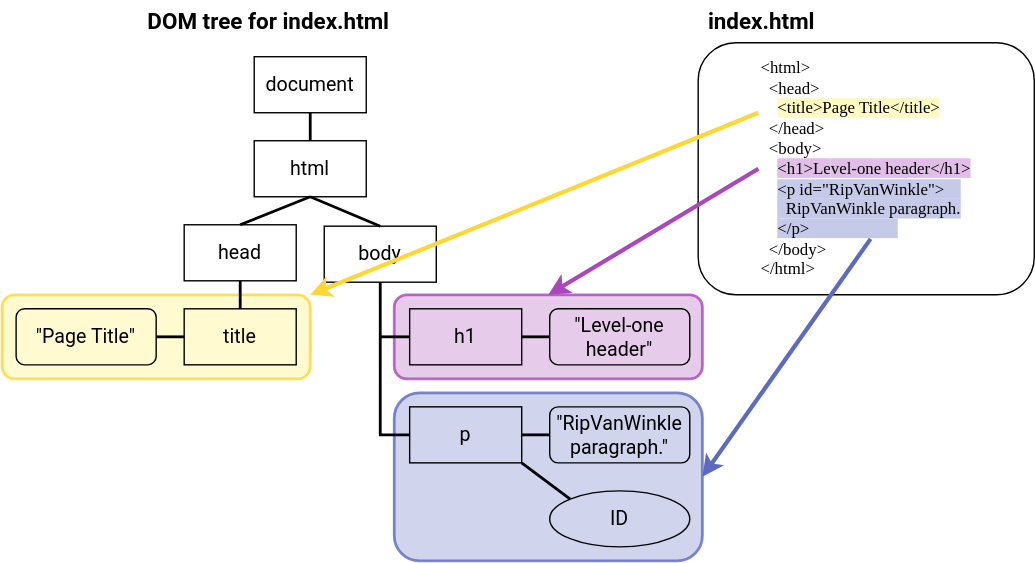
dart-lang/site-www keeps this draw.io diagram as diagrams/tutorials/web/simple-dom-tree.drawio.svg. Above is the earlier version. Source tidied: cells renumbered, new cells last; positions are measured from the earlier drawing's top-left corner, leaving out a move shared by most shapes. Source of this version:
```xml
<mxGraphModel>
  <root>
    <mxCell id="0" />
    <mxCell id="1" parent="0" />
    <mxCell id="2" style="rounded=1;whiteSpace=wrap;html=1;shadow=0;labelBackgroundColor=#E1BEE7;fontFamily=Roboto;fontSource=https%3A%2F%2Ffonts.googleapis.com%2Fcss%3Ffamily%3DRoboto;fontSize=14;strokeColor=#FDD835;strokeWidth=2;fillColor=#FFF9C4;opacity=80;" parent="1" vertex="1">
      <mxGeometry y="210" width="220" height="60" as="geometry" />
    </mxCell>
    <mxCell id="3" style="rounded=1;whiteSpace=wrap;html=1;shadow=0;labelBackgroundColor=#E1BEE7;fontFamily=Roboto;fontSource=https%3A%2F%2Ffonts.googleapis.com%2Fcss%3Ffamily%3DRoboto;fontSize=14;strokeColor=#AB47BC;strokeWidth=2;fillColor=#E1BEE7;opacity=80;" parent="1" vertex="1">
      <mxGeometry x="280" y="210" width="220" height="60" as="geometry" />
    </mxCell>
    <mxCell id="4" style="rounded=1;whiteSpace=wrap;html=1;shadow=0;labelBackgroundColor=#E1BEE7;fontFamily=Roboto;fontSource=https%3A%2F%2Ffonts.googleapis.com%2Fcss%3Ffamily%3DRoboto;fontSize=14;strokeColor=#5C6BC0;strokeWidth=2;fillColor=#C5CAE9;opacity=80;" parent="1" vertex="1">
      <mxGeometry x="280" y="280" width="220" height="120" as="geometry" />
    </mxCell>
    <mxCell id="5" value="&lt;font face=&quot;Roboto&quot;&gt;DOM tree for index.html&lt;/font&gt;" style="text;strokeColor=none;fillColor=none;html=1;fontSize=16;fontStyle=1;verticalAlign=middle;align=center;rounded=0;labelBackgroundColor=none;fontFamily=Roboto Mono;fontSource=https://fonts.googleapis.com/css?family=Roboto+Mono;fontColor=#000000;" parent="1" vertex="1">
      <mxGeometry x="100" width="180" height="30" as="geometry" />
    </mxCell>
    <mxCell id="6" style="edgeStyle=none;rounded=0;jumpSize=6;jettySize=auto;html=1;exitX=0.5;exitY=1;exitDx=0;exitDy=0;entryX=0.5;entryY=0;entryDx=0;entryDy=0;fontFamily=Roboto;fontSource=https%3A%2F%2Ffonts.googleapis.com%2Fcss%3Ffamily%3DRoboto;fontSize=14;endArrow=none;endFill=0;strokeWidth=2;" parent="1" edge="1" source="7" target="10">
      <mxGeometry relative="1" as="geometry" />
    </mxCell>
    <mxCell id="7" value="&lt;font face=&quot;Roboto&quot; style=&quot;font-size: 14px&quot;&gt;document&lt;/font&gt;" style="rounded=0;whiteSpace=wrap;html=1;fillColor=none;" parent="1" vertex="1">
      <mxGeometry x="180" y="40" width="80" height="40" as="geometry" />
    </mxCell>
    <mxCell id="8" style="rounded=0;jumpSize=6;jettySize=auto;html=1;exitX=0.5;exitY=1;exitDx=0;exitDy=0;entryX=0.5;entryY=0;entryDx=0;entryDy=0;fontFamily=Roboto;fontSource=https%3A%2F%2Ffonts.googleapis.com%2Fcss%3Ffamily%3DRoboto;fontSize=14;endArrow=none;endFill=0;strokeWidth=2;" parent="1" edge="1" source="10" target="12">
      <mxGeometry relative="1" as="geometry" />
    </mxCell>
    <mxCell id="9" style="edgeStyle=none;rounded=0;jumpSize=6;jettySize=auto;html=1;exitX=0.5;exitY=1;exitDx=0;exitDy=0;entryX=0.5;entryY=0;entryDx=0;entryDy=0;fontFamily=Roboto;fontSource=https%3A%2F%2Ffonts.googleapis.com%2Fcss%3Ffamily%3DRoboto;fontSize=14;endArrow=none;endFill=0;strokeWidth=2;" parent="1" edge="1" source="10" target="14">
      <mxGeometry relative="1" as="geometry" />
    </mxCell>
    <mxCell id="10" value="&lt;font face=&quot;Roboto&quot; style=&quot;font-size: 14px&quot;&gt;html&lt;/font&gt;" style="rounded=0;whiteSpace=wrap;html=1;fillColor=none;" parent="1" vertex="1">
      <mxGeometry x="180" y="100" width="80" height="40" as="geometry" />
    </mxCell>
    <mxCell id="11" style="edgeStyle=orthogonalEdgeStyle;rounded=0;jumpSize=6;jettySize=auto;html=1;exitX=0.5;exitY=1;exitDx=0;exitDy=0;entryX=0.5;entryY=0;entryDx=0;entryDy=0;fontFamily=Roboto;fontSource=https%3A%2F%2Ffonts.googleapis.com%2Fcss%3Ffamily%3DRoboto;fontSize=14;endArrow=none;endFill=0;strokeWidth=2;" parent="1" edge="1" source="12" target="16">
      <mxGeometry relative="1" as="geometry" />
    </mxCell>
    <mxCell id="12" value="&lt;font face=&quot;Roboto&quot; style=&quot;font-size: 14px&quot;&gt;head&lt;/font&gt;" style="rounded=0;whiteSpace=wrap;html=1;fillColor=none;" parent="1" vertex="1">
      <mxGeometry x="130" y="160" width="80" height="40" as="geometry" />
    </mxCell>
    <mxCell id="13" style="edgeStyle=orthogonalEdgeStyle;rounded=0;jumpSize=6;jettySize=auto;html=1;exitX=0.5;exitY=1;exitDx=0;exitDy=0;entryX=0;entryY=0.5;entryDx=0;entryDy=0;fontFamily=Roboto;fontSource=https%3A%2F%2Ffonts.googleapis.com%2Fcss%3Ffamily%3DRoboto;fontSize=14;endArrow=none;endFill=0;strokeWidth=2;" parent="1" edge="1" source="14" target="22">
      <mxGeometry relative="1" as="geometry" />
    </mxCell>
    <mxCell id="14" value="&lt;font face=&quot;Roboto&quot; style=&quot;font-size: 14px&quot;&gt;body&lt;/font&gt;" style="rounded=0;whiteSpace=wrap;html=1;fillColor=none;" parent="1" vertex="1">
      <mxGeometry x="230" y="161" width="80" height="40" as="geometry" />
    </mxCell>
    <mxCell id="15" style="edgeStyle=none;rounded=0;jumpSize=6;jettySize=auto;html=1;exitX=0;exitY=0.5;exitDx=0;exitDy=0;entryX=1;entryY=0.5;entryDx=0;entryDy=0;fontFamily=Roboto;fontSource=https%3A%2F%2Ffonts.googleapis.com%2Fcss%3Ffamily%3DRoboto;fontSize=14;endArrow=none;endFill=0;strokeWidth=2;" parent="1" edge="1" source="16" target="25">
      <mxGeometry relative="1" as="geometry" />
    </mxCell>
    <mxCell id="16" value="&lt;font face=&quot;Roboto&quot; style=&quot;font-size: 14px&quot;&gt;title&lt;/font&gt;" style="rounded=0;whiteSpace=wrap;html=1;fillColor=none;" parent="1" vertex="1">
      <mxGeometry x="130" y="220" width="80" height="40" as="geometry" />
    </mxCell>
    <mxCell id="17" style="edgeStyle=none;rounded=0;jumpSize=6;jettySize=auto;html=1;exitX=1;exitY=0.5;exitDx=0;exitDy=0;entryX=0;entryY=0.5;entryDx=0;entryDy=0;fontFamily=Roboto;fontSource=https%3A%2F%2Ffonts.googleapis.com%2Fcss%3Ffamily%3DRoboto;fontSize=14;endArrow=none;endFill=0;strokeWidth=2;" parent="1" edge="1" source="19" target="24">
      <mxGeometry relative="1" as="geometry" />
    </mxCell>
    <mxCell id="18" style="edgeStyle=orthogonalEdgeStyle;rounded=0;jumpSize=6;jettySize=auto;html=1;exitX=0;exitY=0.5;exitDx=0;exitDy=0;fontFamily=Roboto;fontSource=https%3A%2F%2Ffonts.googleapis.com%2Fcss%3Ffamily%3DRoboto;fontSize=14;endArrow=none;endFill=0;strokeWidth=2;" parent="1" edge="1" source="19">
      <mxGeometry relative="1" as="geometry">
        <mxPoint x="270" y="240" as="targetPoint" />
      </mxGeometry>
    </mxCell>
    <mxCell id="19" value="&lt;font face=&quot;Roboto&quot; style=&quot;font-size: 14px&quot;&gt;h1&lt;/font&gt;" style="rounded=0;whiteSpace=wrap;html=1;fillColor=none;" parent="1" vertex="1">
      <mxGeometry x="291" y="220" width="80" height="40" as="geometry" />
    </mxCell>
    <mxCell id="20" style="edgeStyle=none;rounded=0;jumpSize=6;jettySize=auto;html=1;exitX=1;exitY=0.5;exitDx=0;exitDy=0;entryX=0;entryY=0.5;entryDx=0;entryDy=0;fontFamily=Roboto;fontSource=https%3A%2F%2Ffonts.googleapis.com%2Fcss%3Ffamily%3DRoboto;fontSize=14;endArrow=none;endFill=0;strokeWidth=2;" parent="1" edge="1" source="22" target="23">
      <mxGeometry relative="1" as="geometry" />
    </mxCell>
    <mxCell id="21" style="edgeStyle=none;rounded=0;jumpSize=6;jettySize=auto;html=1;exitX=1;exitY=1;exitDx=0;exitDy=0;entryX=0;entryY=0;entryDx=0;entryDy=0;fontFamily=Roboto;fontSource=https%3A%2F%2Ffonts.googleapis.com%2Fcss%3Ffamily%3DRoboto;fontSize=14;endArrow=none;endFill=0;strokeWidth=2;" parent="1" edge="1" source="22" target="26">
      <mxGeometry relative="1" as="geometry" />
    </mxCell>
    <mxCell id="22" value="&lt;font face=&quot;Roboto&quot; style=&quot;font-size: 14px&quot;&gt;p&lt;/font&gt;" style="rounded=0;whiteSpace=wrap;html=1;fillColor=none;" parent="1" vertex="1">
      <mxGeometry x="291" y="290" width="80" height="40" as="geometry" />
    </mxCell>
    <mxCell id="23" value="&quot;RipVanWinkle&lt;br&gt;paragraph.&quot;" style="rounded=1;whiteSpace=wrap;html=1;fontFamily=Roboto;fontSource=https%3A%2F%2Ffonts.googleapis.com%2Fcss%3Ffamily%3DRoboto;fontSize=14;fillColor=none;" parent="1" vertex="1">
      <mxGeometry x="391" y="290" width="100" height="40" as="geometry" />
    </mxCell>
    <mxCell id="24" value="&quot;Level-one header&quot;" style="rounded=1;whiteSpace=wrap;html=1;fontFamily=Roboto;fontSource=https%3A%2F%2Ffonts.googleapis.com%2Fcss%3Ffamily%3DRoboto;fontSize=14;fillColor=none;" parent="1" vertex="1">
      <mxGeometry x="391" y="220" width="100" height="40" as="geometry" />
    </mxCell>
    <mxCell id="25" value="&quot;Page Title&quot;" style="rounded=1;whiteSpace=wrap;html=1;fontFamily=Roboto;fontSource=https%3A%2F%2Ffonts.googleapis.com%2Fcss%3Ffamily%3DRoboto;fontSize=14;fillColor=none;" parent="1" vertex="1">
      <mxGeometry x="10" y="220" width="100" height="40" as="geometry" />
    </mxCell>
    <mxCell id="26" value="ID" style="ellipse;whiteSpace=wrap;html=1;rounded=1;fontFamily=Roboto;fontSource=https%3A%2F%2Ffonts.googleapis.com%2Fcss%3Ffamily%3DRoboto;fontSize=14;fillColor=none;" parent="1" vertex="1">
      <mxGeometry x="391" y="350" width="100" height="40" as="geometry" />
    </mxCell>
    <mxCell id="27" value="&lt;div style=&quot;text-align: left&quot;&gt;&amp;lt;html&amp;gt;&lt;/div&gt;&lt;div style=&quot;text-align: left&quot;&gt;&amp;nbsp; &amp;lt;head&amp;gt;&lt;/div&gt;&lt;div style=&quot;text-align: left&quot;&gt;&amp;nbsp; &amp;nbsp;&amp;nbsp;&lt;span style=&quot;background-color: rgb(255 , 249 , 196)&quot;&gt;&amp;lt;title&amp;gt;Page Title&amp;lt;/title&amp;gt;&lt;/span&gt;&lt;br&gt;&lt;/div&gt;&lt;div style=&quot;text-align: left&quot;&gt;&amp;nbsp; &amp;lt;/head&amp;gt;&lt;/div&gt;&lt;div style=&quot;text-align: left&quot;&gt;&amp;nbsp; &amp;lt;body&amp;gt;&lt;/div&gt;&lt;div style=&quot;text-align: left&quot;&gt;&amp;nbsp; &amp;nbsp;&amp;nbsp;&lt;span style=&quot;background-color: rgb(225 , 190 , 231)&quot;&gt;&amp;lt;h1&amp;gt;Le&lt;/span&gt;&lt;span style=&quot;background-color: rgb(225 , 190 , 231)&quot;&gt;vel-on&lt;/span&gt;&lt;span style=&quot;background-color: rgb(225 , 190 , 231)&quot;&gt;e header&amp;lt;/h1&amp;gt;&lt;/span&gt;&lt;/div&gt;&lt;div style=&quot;text-align: left&quot;&gt;&amp;nbsp; &amp;nbsp;&amp;nbsp;&lt;span style=&quot;background-color: rgb(197 , 202 , 233)&quot;&gt;&amp;lt;p id=&quot;RipVanWinkle&quot;&amp;gt;&amp;nbsp; &amp;nbsp;&amp;nbsp;&lt;/span&gt;&lt;/div&gt;&lt;div style=&quot;text-align: left&quot;&gt;&lt;span style=&quot;background-color: rgb(255 , 255 , 255)&quot;&gt;&amp;nbsp; &amp;nbsp;&amp;nbsp;&lt;/span&gt;&lt;span style=&quot;background-color: rgb(197 , 202 , 233)&quot;&gt;&amp;nbsp; RipVanWinkle paragraph.&lt;/span&gt;&lt;/div&gt;&lt;div style=&quot;text-align: left&quot;&gt;&lt;span style=&quot;background-color: rgb(255 , 255 , 255)&quot;&gt;&amp;nbsp; &amp;nbsp;&amp;nbsp;&lt;/span&gt;&lt;span style=&quot;background-color: rgb(197 , 202 , 233)&quot;&gt;&amp;lt;/p&amp;gt;&amp;nbsp; &amp;nbsp; &amp;nbsp; &amp;nbsp; &amp;nbsp; &amp;nbsp; &amp;nbsp; &amp;nbsp; &amp;nbsp; &amp;nbsp; &amp;nbsp;&lt;/span&gt;&lt;/div&gt;&lt;div style=&quot;text-align: left&quot;&gt;&amp;nbsp; &amp;lt;/body&amp;gt;&lt;/div&gt;&lt;div style=&quot;text-align: left&quot;&gt;&amp;lt;/html&amp;gt;&amp;nbsp;&lt;/div&gt;" style="rounded=1;whiteSpace=wrap;html=1;fontFamily=Roboto Mono;fontSource=https://fonts.googleapis.com/css?family=Roboto+Mono;fillColor=none;" parent="1" vertex="1">
      <mxGeometry x="497" y="30" width="240" height="180" as="geometry" />
    </mxCell>
    <mxCell id="28" value="&lt;font face=&quot;Roboto&quot; style=&quot;&quot;&gt;index.html&lt;/font&gt;" style="text;strokeColor=none;fillColor=none;html=1;fontSize=16;fontStyle=1;verticalAlign=middle;align=center;rounded=0;labelBackgroundColor=none;fontFamily=Roboto Mono;fontSource=https://fonts.googleapis.com/css?family=Roboto+Mono;fontColor=#000000;" parent="1" vertex="1">
      <mxGeometry x="497" width="90" height="30" as="geometry" />
    </mxCell>
    <mxCell id="29" style="endArrow=classic;html=1;rounded=0;fontFamily=Roboto;fontSource=https%3A%2F%2Ffonts.googleapis.com%2Fcss%3Ffamily%3DRoboto;fontSize=14;strokeWidth=3;jumpSize=6;exitX=0.513;exitY=0.778;exitDx=0;exitDy=0;exitPerimeter=0;entryX=1;entryY=0.5;entryDx=0;entryDy=0;strokeColor=#5C6BC0;" parent="1" edge="1" source="27" target="4">
      <mxGeometry relative="1" as="geometry" />
    </mxCell>
    <mxCell id="30" style="endArrow=classic;html=1;rounded=0;fontFamily=Roboto;fontSource=https%3A%2F%2Ffonts.googleapis.com%2Fcss%3Ffamily%3DRoboto;fontSize=14;strokeWidth=3;jumpSize=6;entryX=0.5;entryY=0;entryDx=0;entryDy=0;strokeColor=#AB47BC;" parent="1" edge="1" target="3">
      <mxGeometry relative="1" as="geometry">
        <mxPoint x="540" y="120" as="sourcePoint" />
      </mxGeometry>
    </mxCell>
    <mxCell id="31" style="endArrow=classic;html=1;rounded=0;fontFamily=Roboto;fontSource=https%3A%2F%2Ffonts.googleapis.com%2Fcss%3Ffamily%3DRoboto;fontSize=14;strokeWidth=3;jumpSize=6;exitX=0.179;exitY=0.278;exitDx=0;exitDy=0;exitPerimeter=0;entryX=1;entryY=0;entryDx=0;entryDy=0;strokeColor=#FDD835;" parent="1" edge="1" source="27" target="2">
      <mxGeometry relative="1" as="geometry" />
    </mxCell>
  </root>
</mxGraphModel>
```
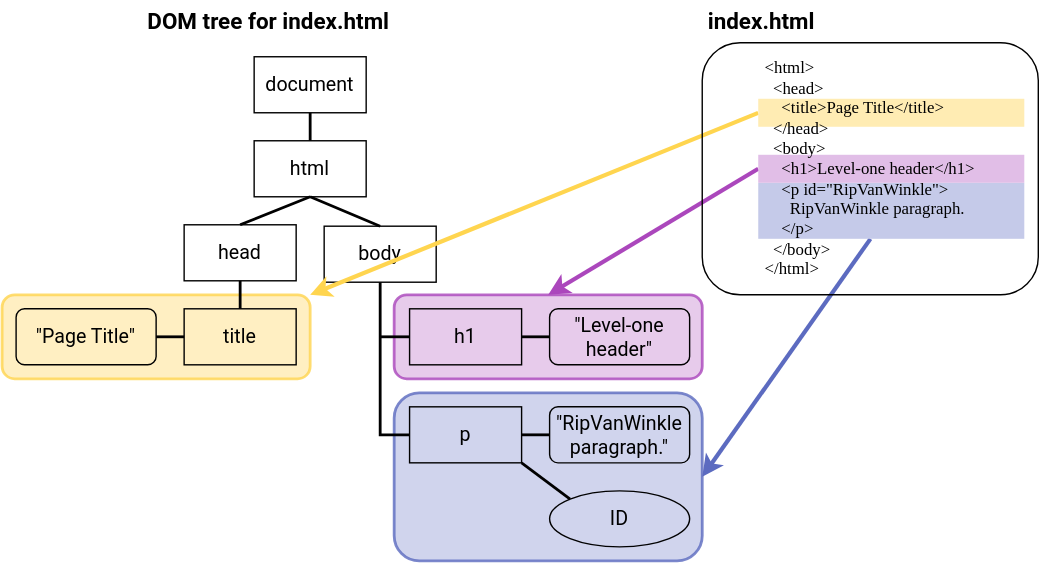
After the change.

Commit message:
Update colors and add paragraph-dom image

The edit, as a diff of the source:
```diff
@@ -2,7 +2,7 @@
   <root>
     <mxCell id="0" />
     <mxCell id="1" parent="0" />
-    <mxCell id="2" style="rounded=1;whiteSpace=wrap;html=1;shadow=0;labelBackgroundColor=#E1BEE7;fontFamily=Roboto;fontSource=https%3A%2F%2Ffonts.googleapis.com%2Fcss%3Ffamily%3DRoboto;fontSize=14;strokeColor=#FDD835;strokeWidth=2;fillColor=#FFF9C4;opacity=80;" parent="1" vertex="1">
+    <mxCell id="2" style="rounded=1;whiteSpace=wrap;html=1;shadow=0;labelBackgroundColor=#E1BEE7;fontFamily=Roboto;fontSource=https%3A%2F%2Ffonts.googleapis.com%2Fcss%3Ffamily%3DRoboto;fontSize=14;strokeColor=#FFD54F;strokeWidth=2;fillColor=#FFECB3;opacity=80;" parent="1" vertex="1">
       <mxGeometry y="210" width="220" height="60" as="geometry" />
     </mxCell>
     <mxCell id="3" style="rounded=1;whiteSpace=wrap;html=1;shadow=0;labelBackgroundColor=#E1BEE7;fontFamily=Roboto;fontSource=https%3A%2F%2Ffonts.googleapis.com%2Fcss%3Ffamily%3DRoboto;fontSize=14;strokeColor=#AB47BC;strokeWidth=2;fillColor=#E1BEE7;opacity=80;" parent="1" vertex="1">
@@ -79,22 +79,35 @@
     <mxCell id="26" value="ID" style="ellipse;whiteSpace=wrap;html=1;rounded=1;fontFamily=Roboto;fontSource=https%3A%2F%2Ffonts.googleapis.com%2Fcss%3Ffamily%3DRoboto;fontSize=14;fillColor=none;" parent="1" vertex="1">
       <mxGeometry x="391" y="350" width="100" height="40" as="geometry" />
     </mxCell>
-    <mxCell id="27" value="&lt;div style=&quot;text-align: left&quot;&gt;&amp;lt;html&amp;gt;&lt;/div&gt;&lt;div style=&quot;text-align: left&quot;&gt;&amp;nbsp; &amp;lt;head&amp;gt;&lt;/div&gt;&lt;div style=&quot;text-align: left&quot;&gt;&amp;nbsp; &amp;nbsp;&amp;nbsp;&lt;span style=&quot;background-color: rgb(255 , 249 , 196)&quot;&gt;&amp;lt;title&amp;gt;Page Title&amp;lt;/title&amp;gt;&lt;/span&gt;&lt;br&gt;&lt;/div&gt;&lt;div style=&quot;text-align: left&quot;&gt;&amp;nbsp; &amp;lt;/head&amp;gt;&lt;/div&gt;&lt;div style=&quot;text-align: left&quot;&gt;&amp;nbsp; &amp;lt;body&amp;gt;&lt;/div&gt;&lt;div style=&quot;text-align: left&quot;&gt;&amp;nbsp; &amp;nbsp;&amp;nbsp;&lt;span style=&quot;background-color: rgb(225 , 190 , 231)&quot;&gt;&amp;lt;h1&amp;gt;Le&lt;/span&gt;&lt;span style=&quot;background-color: rgb(225 , 190 , 231)&quot;&gt;vel-on&lt;/span&gt;&lt;span style=&quot;background-color: rgb(225 , 190 , 231)&quot;&gt;e header&amp;lt;/h1&amp;gt;&lt;/span&gt;&lt;/div&gt;&lt;div style=&quot;text-align: left&quot;&gt;&amp;nbsp; &amp;nbsp;&amp;nbsp;&lt;span style=&quot;background-color: rgb(197 , 202 , 233)&quot;&gt;&amp;lt;p id=&quot;RipVanWinkle&quot;&amp;gt;&amp;nbsp; &amp;nbsp;&amp;nbsp;&lt;/span&gt;&lt;/div&gt;&lt;div style=&quot;text-align: left&quot;&gt;&lt;span style=&quot;background-color: rgb(255 , 255 , 255)&quot;&gt;&amp;nbsp; &amp;nbsp;&amp;nbsp;&lt;/span&gt;&lt;span style=&quot;background-color: rgb(197 , 202 , 233)&quot;&gt;&amp;nbsp; RipVanWinkle paragraph.&lt;/span&gt;&lt;/div&gt;&lt;div style=&quot;text-align: left&quot;&gt;&lt;span style=&quot;background-color: rgb(255 , 255 , 255)&quot;&gt;&amp;nbsp; &amp;nbsp;&amp;nbsp;&lt;/span&gt;&lt;span style=&quot;background-color: rgb(197 , 202 , 233)&quot;&gt;&amp;lt;/p&amp;gt;&amp;nbsp; &amp;nbsp; &amp;nbsp; &amp;nbsp; &amp;nbsp; &amp;nbsp; &amp;nbsp; &amp;nbsp; &amp;nbsp; &amp;nbsp; &amp;nbsp;&lt;/span&gt;&lt;/div&gt;&lt;div style=&quot;text-align: left&quot;&gt;&amp;nbsp; &amp;lt;/body&amp;gt;&lt;/div&gt;&lt;div style=&quot;text-align: left&quot;&gt;&amp;lt;/html&amp;gt;&amp;nbsp;&lt;/div&gt;" style="rounded=1;whiteSpace=wrap;html=1;fontFamily=Roboto Mono;fontSource=https://fonts.googleapis.com/css?family=Roboto+Mono;fillColor=none;" parent="1" vertex="1">
-      <mxGeometry x="497" y="30" width="240" height="180" as="geometry" />
-    </mxCell>
     <mxCell id="28" value="&lt;font face=&quot;Roboto&quot; style=&quot;&quot;&gt;index.html&lt;/font&gt;" style="text;strokeColor=none;fillColor=none;html=1;fontSize=16;fontStyle=1;verticalAlign=middle;align=center;rounded=0;labelBackgroundColor=none;fontFamily=Roboto Mono;fontSource=https://fonts.googleapis.com/css?family=Roboto+Mono;fontColor=#000000;" parent="1" vertex="1">
       <mxGeometry x="497" width="90" height="30" as="geometry" />
     </mxCell>
-    <mxCell id="29" style="endArrow=classic;html=1;rounded=0;fontFamily=Roboto;fontSource=https%3A%2F%2Ffonts.googleapis.com%2Fcss%3Ffamily%3DRoboto;fontSize=14;strokeWidth=3;jumpSize=6;exitX=0.513;exitY=0.778;exitDx=0;exitDy=0;exitPerimeter=0;entryX=1;entryY=0.5;entryDx=0;entryDy=0;strokeColor=#5C6BC0;" parent="1" edge="1" source="27" target="4">
-      <mxGeometry relative="1" as="geometry" />
+    <mxCell id="29" style="endArrow=classic;html=1;rounded=0;fontFamily=Roboto;fontSource=https%3A%2F%2Ffonts.googleapis.com%2Fcss%3Ffamily%3DRoboto;fontSize=14;strokeWidth=3;jumpSize=6;exitX=0.513;exitY=0.778;exitDx=0;exitDy=0;exitPerimeter=0;entryX=1;entryY=0.5;entryDx=0;entryDy=0;strokeColor=#5C6BC0;" parent="1" edge="1" target="4">
+      <mxGeometry relative="1" as="geometry">
+        <mxPoint x="620.1" y="170" as="sourcePoint" />
+      </mxGeometry>
     </mxCell>
     <mxCell id="30" style="endArrow=classic;html=1;rounded=0;fontFamily=Roboto;fontSource=https%3A%2F%2Ffonts.googleapis.com%2Fcss%3Ffamily%3DRoboto;fontSize=14;strokeWidth=3;jumpSize=6;entryX=0.5;entryY=0;entryDx=0;entryDy=0;strokeColor=#AB47BC;" parent="1" edge="1" target="3">
       <mxGeometry relative="1" as="geometry">
         <mxPoint x="540" y="120" as="sourcePoint" />
       </mxGeometry>
     </mxCell>
-    <mxCell id="31" style="endArrow=classic;html=1;rounded=0;fontFamily=Roboto;fontSource=https%3A%2F%2Ffonts.googleapis.com%2Fcss%3Ffamily%3DRoboto;fontSize=14;strokeWidth=3;jumpSize=6;exitX=0.179;exitY=0.278;exitDx=0;exitDy=0;exitPerimeter=0;entryX=1;entryY=0;entryDx=0;entryDy=0;strokeColor=#FDD835;" parent="1" edge="1" source="27" target="2">
-      <mxGeometry relative="1" as="geometry" />
+    <mxCell id="31" style="endArrow=classic;html=1;rounded=0;fontFamily=Roboto;fontSource=https%3A%2F%2Ffonts.googleapis.com%2Fcss%3Ffamily%3DRoboto;fontSize=14;strokeWidth=3;jumpSize=6;exitX=0.179;exitY=0.278;exitDx=0;exitDy=0;exitPerimeter=0;entryX=1;entryY=0;entryDx=0;entryDy=0;strokeColor=#FFD54F;" parent="1" edge="1" target="2">
+      <mxGeometry relative="1" as="geometry">
+        <mxPoint x="540" y="80" as="sourcePoint" />
+      </mxGeometry>
     </mxCell>
+    <mxCell id="32" style="rounded=0;whiteSpace=wrap;html=1;labelBackgroundColor=none;fontFamily=Roboto Mono;fontSource=https://fonts.googleapis.com/css?family=Roboto+Mono;fontSize=16;fontColor=#000000;strokeColor=none;fillColor=#C5CAE9;align=left;verticalAlign=middle;" parent="1" vertex="1">
+      <mxGeometry x="540" y="130" width="190" height="40" as="geometry" />
+    </mxCell>
+    <mxCell id="33" style="rounded=0;whiteSpace=wrap;html=1;labelBackgroundColor=none;fontFamily=Roboto Mono;fontSource=https://fonts.googleapis.com/css?family=Roboto+Mono;fontSize=16;fontColor=#000000;strokeColor=none;fillColor=#E1BEE7;align=left;verticalAlign=middle;" parent="1" vertex="1">
+      <mxGeometry x="540" y="110" width="190" height="20" as="geometry" />
+    </mxCell>
+    <mxCell id="34" style="rounded=0;whiteSpace=wrap;html=1;labelBackgroundColor=none;fontFamily=Roboto Mono;fontSource=https://fonts.googleapis.com/css?family=Roboto+Mono;fontSize=16;fontColor=#000000;strokeColor=none;fillColor=#FFECB3;align=left;verticalAlign=middle;" parent="1" vertex="1">
+      <mxGeometry x="540" y="70" width="190" height="20" as="geometry" />
+    </mxCell>
+    <mxCell id="35" value="&lt;div style=&quot;text-align: left&quot;&gt;&amp;lt;html&amp;gt;&lt;/div&gt;&lt;div style=&quot;text-align: left&quot;&gt;&amp;nbsp; &amp;lt;head&amp;gt;&lt;/div&gt;&lt;div style=&quot;text-align: left&quot;&gt;&amp;nbsp; &amp;nbsp;&amp;nbsp;&amp;lt;title&amp;gt;Page Title&amp;lt;/title&amp;gt;&lt;br&gt;&lt;/div&gt;&lt;div style=&quot;text-align: left&quot;&gt;&amp;nbsp; &amp;lt;/head&amp;gt;&lt;/div&gt;&lt;div style=&quot;text-align: left&quot;&gt;&amp;nbsp; &amp;lt;body&amp;gt;&lt;/div&gt;&lt;div style=&quot;text-align: left&quot;&gt;&amp;nbsp; &amp;nbsp;&amp;nbsp;&amp;lt;h1&amp;gt;Level-one header&amp;lt;/h1&amp;gt;&lt;/div&gt;&lt;div style=&quot;text-align: left&quot;&gt;&amp;nbsp; &amp;nbsp;&amp;nbsp;&amp;lt;p id=&quot;RipVanWinkle&quot;&amp;gt;&amp;nbsp; &amp;nbsp;&amp;nbsp;&lt;/div&gt;&lt;div style=&quot;text-align: left&quot;&gt;&amp;nbsp; &amp;nbsp;&amp;nbsp;&amp;nbsp; RipVanWinkle paragraph.&lt;/div&gt;&lt;div style=&quot;text-align: left&quot;&gt;&amp;nbsp; &amp;nbsp;&amp;nbsp;&amp;lt;/p&amp;gt;&amp;nbsp; &amp;nbsp; &amp;nbsp; &amp;nbsp; &amp;nbsp; &amp;nbsp; &amp;nbsp; &amp;nbsp; &amp;nbsp; &amp;nbsp; &amp;nbsp;&lt;/div&gt;&lt;div style=&quot;text-align: left&quot;&gt;&amp;nbsp; &amp;lt;/body&amp;gt;&lt;/div&gt;&lt;div style=&quot;text-align: left&quot;&gt;&amp;lt;/html&amp;gt;&amp;nbsp;&lt;/div&gt;" style="rounded=1;whiteSpace=wrap;html=1;fontFamily=Roboto Mono;fontSource=https://fonts.googleapis.com/css?family=Roboto+Mono;fillColor=none;" parent="1" vertex="1">
+      <mxGeometry x="500" y="30" width="240" height="180" as="geometry" />
+    </mxCell>
   </root>
 </mxGraphModel>
```
